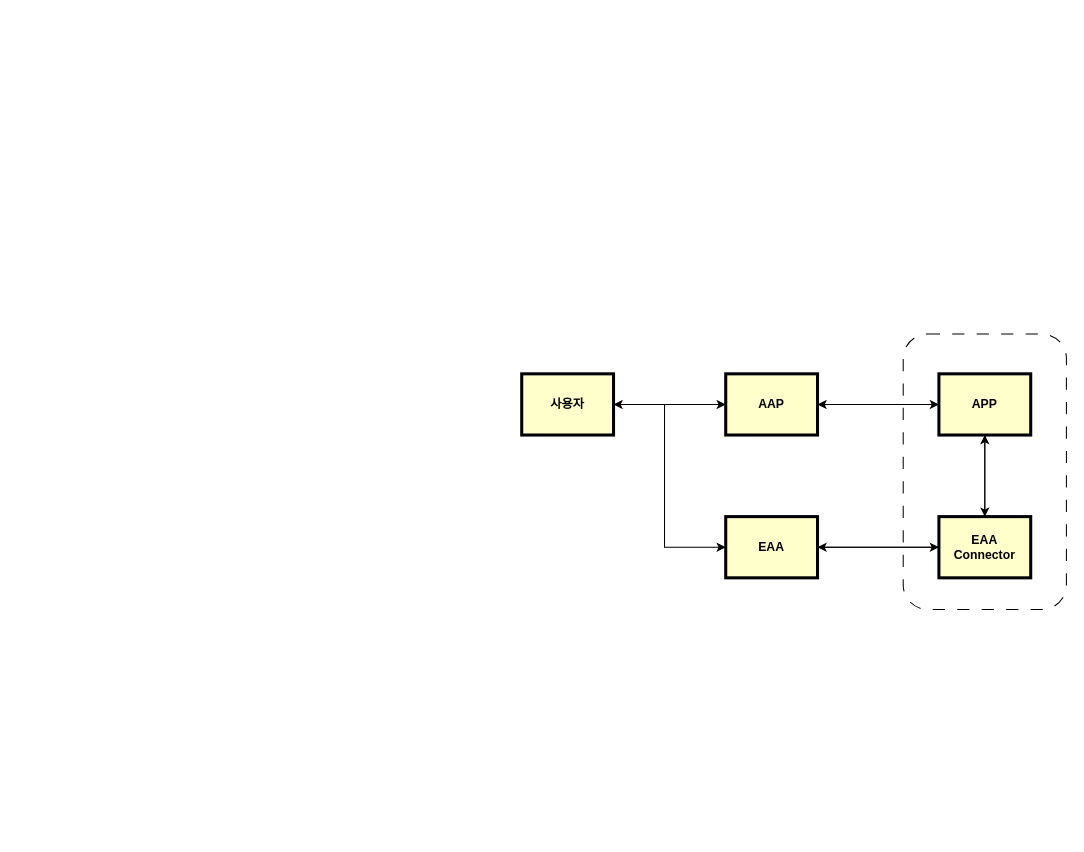
Before: giosis.drawio in hanj0415/draw.io, a draw.io diagram. Source tidied: cells renumbered, new cells numbered last; positions are measured from the earlier drawing's top-left corner, leaving out a move shared by most shapes. Both pictures are drawn from the tidied source at 102%, with x=0, y=0 at pixel (521, 334).
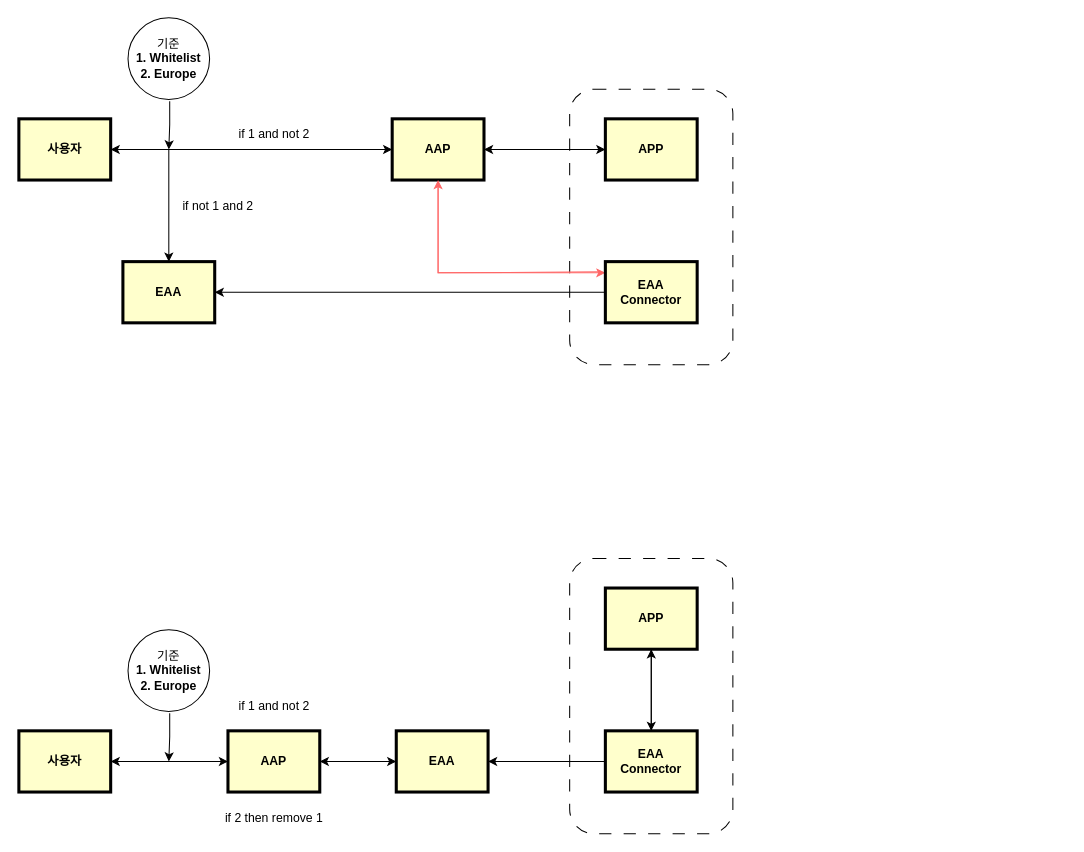
After the change.

Diff of the diagram source:
```diff
@@
     <mxCell id="2" style="rounded=1;whiteSpace=wrap;html=1;fillColor=none;dashed=1;dashPattern=12 12;" parent="1" vertex="1">
-      <mxGeometry x="374" width="160" height="270" as="geometry" />
+      <mxGeometry x="47" y="-240" width="160" height="270" as="geometry" />
     </mxCell>
@@
-    <mxCell id="4" style="edgeStyle=orthogonalEdgeStyle;rounded=0;jettySize=auto;html=1;entryX=0;entryY=0.5;entryDx=0;entryDy=0;" parent="1" edge="1" source="5" target="10">
-      <mxGeometry relative="1" as="geometry">
-        <Array as="points">
-          <mxPoint x="140" y="69" />
-          <mxPoint x="140" y="209" />
-        </Array>
-      </mxGeometry>
+    <mxCell id="4" style="edgeStyle=orthogonalEdgeStyle;rounded=0;jettySize=auto;html=1;" parent="1" edge="1" source="5" target="10">
+      <mxGeometry relative="1" as="geometry" />
     </mxCell>
     <mxCell id="5" value="사용자" style="whiteSpace=wrap;align=center;verticalAlign=middle;fontStyle=1;strokeWidth=3;fillColor=#FFFFCC;" parent="1" vertex="1">
-      <mxGeometry y="39" width="90" height="60" as="geometry" />
+      <mxGeometry x="-493" y="-211" width="90" height="60" as="geometry" />
     </mxCell>
@@
+    <mxCell id="17" style="edgeStyle=orthogonalEdgeStyle;rounded=0;jettySize=auto;html=1;strokeColor=#FF6666;" parent="1" edge="1" source="8" target="13">
+      <mxGeometry relative="1" as="geometry">
+        <Array as="points">
+          <mxPoint x="-82" y="-60" />
+        </Array>
+      </mxGeometry>
+    </mxCell>
     <mxCell id="8" value="AAP" style="whiteSpace=wrap;align=center;verticalAlign=middle;fontStyle=1;strokeWidth=3;fillColor=#FFFFCC;" parent="1" vertex="1">
-      <mxGeometry x="200" y="39" width="90" height="60" as="geometry" />
+      <mxGeometry x="-127" y="-211" width="90" height="60" as="geometry" />
     </mxCell>
-    <mxCell id="9" style="edgeStyle=orthogonalEdgeStyle;rounded=0;jettySize=auto;html=1;" parent="1" edge="1" source="10" target="13">
-      <mxGeometry relative="1" as="geometry" />
-    </mxCell>
     <mxCell id="10" value="EAA" style="whiteSpace=wrap;align=center;verticalAlign=middle;fontStyle=1;strokeWidth=3;fillColor=#FFFFCC;" parent="1" vertex="1">
-      <mxGeometry x="200" y="179" width="90" height="60" as="geometry" />
+      <mxGeometry x="-391" y="-71" width="90" height="60" as="geometry" />
     </mxCell>
@@
-    <mxCell id="12" style="edgeStyle=orthogonalEdgeStyle;rounded=0;jettySize=auto;html=1;" parent="1" edge="1" source="13" target="16">
-      <mxGeometry relative="1" as="geometry" />
-    </mxCell>
     <mxCell id="13" value="EAA&#10;Connector" style="whiteSpace=wrap;align=center;verticalAlign=middle;fontStyle=1;strokeWidth=3;fillColor=#FFFFCC;" parent="1" vertex="1">
-      <mxGeometry x="409" y="179" width="90" height="60" as="geometry" />
+      <mxGeometry x="82" y="-71" width="90" height="60" as="geometry" />
     </mxCell>
-    <mxCell id="14" style="edgeStyle=orthogonalEdgeStyle;rounded=0;jettySize=auto;html=1;" parent="1" edge="1" source="16">
-      <mxGeometry relative="1" as="geometry">
-        <mxPoint x="454" y="179" as="targetPoint" />
-      </mxGeometry>
-    </mxCell>
@@
     <mxCell id="16" value="APP" style="whiteSpace=wrap;align=center;verticalAlign=middle;fontStyle=1;strokeWidth=3;fillColor=#FFFFCC;" parent="1" vertex="1">
-      <mxGeometry x="409" y="39" width="90" height="60" as="geometry" />
+      <mxGeometry x="82" y="-211" width="90" height="60" as="geometry" />
     </mxCell>
+    <mxCell id="18" style="edgeStyle=orthogonalEdgeStyle;rounded=0;jettySize=auto;html=1;exitX=0.511;exitY=1.021;exitDx=0;exitDy=0;exitPerimeter=0;entryX=0.5;entryY=0;entryDx=0;entryDy=0;" parent="1" edge="1" source="19">
+      <mxGeometry relative="1" as="geometry">
+        <mxPoint x="-346" y="-181" as="targetPoint" />
+      </mxGeometry>
+    </mxCell>
+    <mxCell id="19" value="기준&lt;br style=&quot;border-color: var(--border-color); padding: 0px; margin: 0px; font-weight: 700;&quot;&gt;&lt;span style=&quot;font-weight: 700;&quot;&gt;1. Whitelist&lt;/span&gt;&lt;br style=&quot;border-color: var(--border-color); padding: 0px; margin: 0px; font-weight: 700;&quot;&gt;&lt;span style=&quot;font-weight: 700;&quot;&gt;2. Europe&lt;/span&gt;" style="ellipse;whiteSpace=wrap;html=1;" parent="1" vertex="1">
+      <mxGeometry x="-386" y="-310" width="80" height="80" as="geometry" />
+    </mxCell>
+    <mxCell id="20" style="edgeStyle=orthogonalEdgeStyle;rounded=0;jettySize=auto;html=1;entryX=0.5;entryY=1;entryDx=0;entryDy=0;exitX=-0.035;exitY=0.167;exitDx=0;exitDy=0;exitPerimeter=0;strokeColor=#FF6666;" parent="1" edge="1" source="13" target="8">
+      <mxGeometry relative="1" as="geometry">
+        <Array as="points">
+          <mxPoint x="-82" y="-60" />
+        </Array>
+      </mxGeometry>
+    </mxCell>
+    <mxCell id="21" value="&lt;font style=&quot;font-size: 12px;&quot;&gt;if 1 and not 2&lt;/font&gt;" style="text;html=1;align=center;verticalAlign=middle;strokeColor=none;fillColor=none;" parent="1" vertex="1">
+      <mxGeometry x="-288" y="-211" width="90" height="30" as="geometry" />
+    </mxCell>
+    <mxCell id="22" value="&lt;font style=&quot;font-size: 12px;&quot;&gt;if not 1 and 2&lt;/font&gt;" style="text;html=1;align=center;verticalAlign=middle;strokeColor=none;fillColor=none;" parent="1" vertex="1">
+      <mxGeometry x="-343" y="-140" width="90" height="30" as="geometry" />
+    </mxCell>
+    <mxCell id="23" style="rounded=1;whiteSpace=wrap;html=1;fillColor=none;dashed=1;dashPattern=12 12;" parent="1" vertex="1">
+      <mxGeometry x="47" y="220" width="160" height="270" as="geometry" />
+    </mxCell>
+    <mxCell id="24" style="edgeStyle=orthogonalEdgeStyle;rounded=0;jettySize=auto;html=1;" parent="1" edge="1" source="25" target="28">
+      <mxGeometry relative="1" as="geometry" />
+    </mxCell>
+    <mxCell id="25" value="사용자" style="whiteSpace=wrap;align=center;verticalAlign=middle;fontStyle=1;strokeWidth=3;fillColor=#FFFFCC;" parent="1" vertex="1">
+      <mxGeometry x="-493" y="389" width="90" height="60" as="geometry" />
+    </mxCell>
+    <mxCell id="26" style="edgeStyle=orthogonalEdgeStyle;rounded=0;jettySize=auto;html=1;" parent="1" edge="1" source="28" target="25">
+      <mxGeometry relative="1" as="geometry" />
+    </mxCell>
+    <mxCell id="27" style="edgeStyle=orthogonalEdgeStyle;rounded=0;jettySize=auto;html=1;" parent="1" edge="1" source="28" target="30">
+      <mxGeometry relative="1" as="geometry" />
+    </mxCell>
+    <mxCell id="28" value="AAP" style="whiteSpace=wrap;align=center;verticalAlign=middle;fontStyle=1;strokeWidth=3;fillColor=#FFFFCC;" parent="1" vertex="1">
+      <mxGeometry x="-288" y="389" width="90" height="60" as="geometry" />
+    </mxCell>
+    <mxCell id="29" style="edgeStyle=orthogonalEdgeStyle;rounded=0;jettySize=auto;html=1;" parent="1" edge="1" source="30" target="28">
+      <mxGeometry relative="1" as="geometry" />
+    </mxCell>
+    <mxCell id="30" value="EAA" style="whiteSpace=wrap;align=center;verticalAlign=middle;fontStyle=1;strokeWidth=3;fillColor=#FFFFCC;" parent="1" vertex="1">
+      <mxGeometry x="-123" y="389" width="90" height="60" as="geometry" />
+    </mxCell>
+    <mxCell id="31" style="edgeStyle=orthogonalEdgeStyle;rounded=0;jettySize=auto;html=1;entryX=1;entryY=0.5;entryDx=0;entryDy=0;" parent="1" edge="1" source="33" target="30">
+      <mxGeometry relative="1" as="geometry" />
+    </mxCell>
+    <mxCell id="32" style="edgeStyle=orthogonalEdgeStyle;rounded=0;jettySize=auto;html=1;" parent="1" edge="1" source="33" target="35">
+      <mxGeometry relative="1" as="geometry" />
+    </mxCell>
+    <mxCell id="33" value="EAA&#10;Connector" style="whiteSpace=wrap;align=center;verticalAlign=middle;fontStyle=1;strokeWidth=3;fillColor=#FFFFCC;" parent="1" vertex="1">
+      <mxGeometry x="82" y="389" width="90" height="60" as="geometry" />
+    </mxCell>
+    <mxCell id="34" style="edgeStyle=orthogonalEdgeStyle;rounded=0;jettySize=auto;html=1;entryX=0.5;entryY=0;entryDx=0;entryDy=0;" parent="1" edge="1" source="35" target="33">
+      <mxGeometry relative="1" as="geometry" />
+    </mxCell>
+    <mxCell id="35" value="APP" style="whiteSpace=wrap;align=center;verticalAlign=middle;fontStyle=1;strokeWidth=3;fillColor=#FFFFCC;" parent="1" vertex="1">
+      <mxGeometry x="82" y="249" width="90" height="60" as="geometry" />
+    </mxCell>
+    <mxCell id="36" style="edgeStyle=orthogonalEdgeStyle;rounded=0;jettySize=auto;html=1;exitX=0.511;exitY=1.021;exitDx=0;exitDy=0;exitPerimeter=0;entryX=0.5;entryY=0;entryDx=0;entryDy=0;" parent="1" edge="1" source="37">
+      <mxGeometry relative="1" as="geometry">
+        <mxPoint x="-346" y="419" as="targetPoint" />
+      </mxGeometry>
+    </mxCell>
+    <mxCell id="37" value="기준&lt;br style=&quot;border-color: var(--border-color); padding: 0px; margin: 0px; font-weight: 700;&quot;&gt;&lt;span style=&quot;font-weight: 700;&quot;&gt;1. Whitelist&lt;/span&gt;&lt;br style=&quot;border-color: var(--border-color); padding: 0px; margin: 0px; font-weight: 700;&quot;&gt;&lt;span style=&quot;font-weight: 700;&quot;&gt;2. Europe&lt;/span&gt;" style="ellipse;whiteSpace=wrap;html=1;" parent="1" vertex="1">
+      <mxGeometry x="-386" y="290" width="80" height="80" as="geometry" />
+    </mxCell>
+    <mxCell id="38" value="&lt;font style=&quot;font-size: 12px;&quot;&gt;if 1 and not 2&lt;/font&gt;" style="text;html=1;align=center;verticalAlign=middle;strokeColor=none;fillColor=none;" parent="1" vertex="1">
+      <mxGeometry x="-288" y="350" width="90" height="30" as="geometry" />
+    </mxCell>
+    <mxCell id="39" value="&lt;font style=&quot;font-size: 12px;&quot;&gt;if 2 then remove 1&lt;/font&gt;" style="text;html=1;align=center;verticalAlign=middle;strokeColor=none;fillColor=none;" parent="1" vertex="1">
+      <mxGeometry x="-303" y="460" width="120" height="30" as="geometry" />
+    </mxCell>
```
